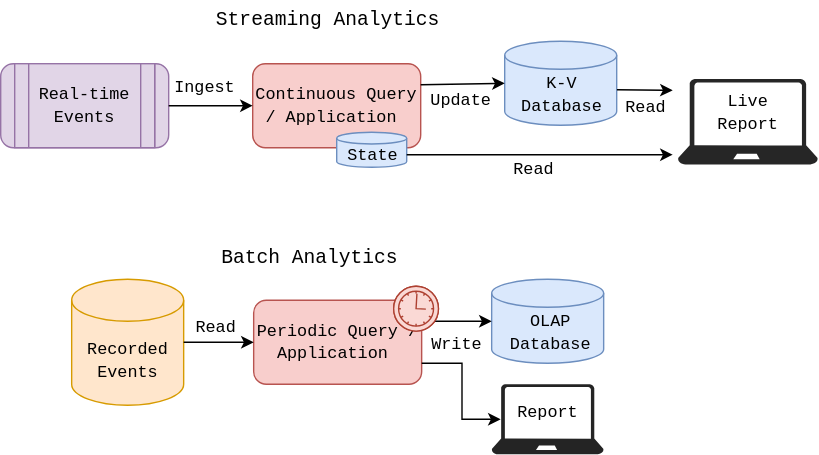
Earlier version of the draw.io export assets/notes/with-terminal-analytics.svg (addu390/addu390.github.io). Source tidied: cells renumbered, new cells last; positions are measured from the earlier drawing's top-left corner, leaving out a move shared by most shapes.
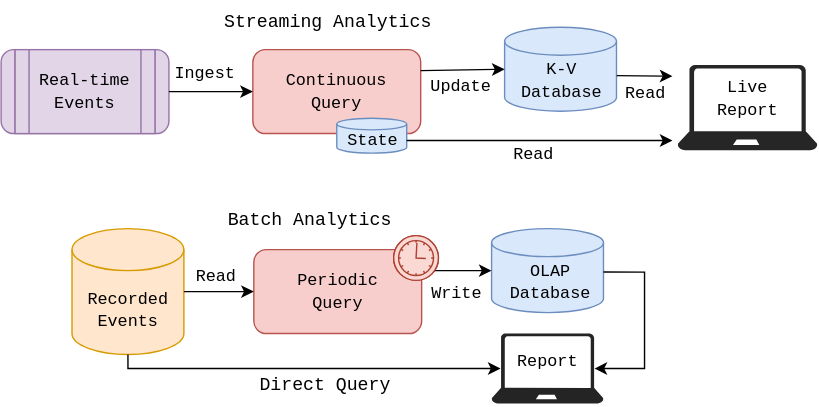
Later version of the same file.

What changed in the source:
```diff
@@ -2,46 +2,49 @@
   <root>
     <mxCell id="0" />
     <mxCell id="1" parent="0" />
-    <mxCell id="2" value="&lt;font face=&quot;monospace, monospace&quot;&gt;Periodic Query / Application&amp;nbsp;&lt;/font&gt;" style="rounded=1;whiteSpace=wrap;html=1;fillColor=#f8cecc;strokeColor=#b85450;" parent="1" vertex="1">
-      <mxGeometry x="180.7" y="215" width="120" height="60" as="geometry" />
+    <mxCell id="2" value="&lt;font face=&quot;monospace, monospace&quot;&gt;Periodic&lt;/font&gt;&lt;div&gt;&lt;font face=&quot;monospace, monospace&quot;&gt;Query&lt;/font&gt;&lt;/div&gt;" style="rounded=1;whiteSpace=wrap;html=1;fillColor=#f8cecc;strokeColor=#b85450;" parent="1" vertex="1">
+      <mxGeometry x="180.7" y="189" width="120" height="60" as="geometry" />
     </mxCell>
     <mxCell id="3" style="strokeWidth=1;html=1;shape=mxgraph.flowchart.database;whiteSpace=wrap;fillColor=#ffe6cc;strokeColor=#d79b00;" parent="1" vertex="1">
-      <mxGeometry x="50.7" y="200" width="80" height="90" as="geometry" />
+      <mxGeometry x="50.7" y="174" width="80" height="90" as="geometry" />
     </mxCell>
     <mxCell id="4" value="&lt;font face=&quot;monospace, monospace&quot;&gt;Recorded Events&lt;/font&gt;" style="text;html=1;align=center;verticalAlign=middle;whiteSpace=wrap;rounded=0;" parent="1" vertex="1">
-      <mxGeometry x="61.4" y="243" width="60" height="30" as="geometry" />
+      <mxGeometry x="61.4" y="217" width="60" height="30" as="geometry" />
     </mxCell>
     <mxCell id="5" style="shape=mxgraph.bpmn.event;html=1;verticalLabelPosition=bottom;labelBackgroundColor=#ffffff;verticalAlign=top;align=center;perimeter=ellipsePerimeter;outline=standard;symbol=timer;fillColor=#fad9d5;strokeColor=#ae4132;" parent="1" vertex="1">
-      <mxGeometry x="280.7" y="205" width="32" height="32" as="geometry" />
+      <mxGeometry x="280.7" y="179" width="32" height="32" as="geometry" />
     </mxCell>
     <mxCell id="6" style="strokeWidth=1;html=1;shape=mxgraph.flowchart.database;whiteSpace=wrap;fillColor=#dae8fc;strokeColor=#6c8ebf;" parent="1" vertex="1">
-      <mxGeometry x="350.7" y="200" width="80" height="60" as="geometry" />
+      <mxGeometry x="350.7" y="174" width="80" height="60" as="geometry" />
     </mxCell>
     <mxCell id="7" value="&lt;font face=&quot;monospace, monospace&quot;&gt;Report&lt;/font&gt;" style="text;html=1;align=center;verticalAlign=middle;whiteSpace=wrap;rounded=0;" parent="1" vertex="1">
-      <mxGeometry x="360.7" y="280" width="60" height="30" as="geometry" />
+      <mxGeometry x="360.7" y="254" width="60" height="30" as="geometry" />
     </mxCell>
     <mxCell id="8" style="endArrow=classic;html=1;rounded=0;exitX=1;exitY=0.5;exitDx=0;exitDy=0;exitPerimeter=0;entryX=0;entryY=0.5;entryDx=0;entryDy=0;" parent="1" edge="1" source="3" target="2">
       <mxGeometry relative="1" as="geometry" />
     </mxCell>
     <mxCell id="9" value="&lt;font face=&quot;monospace, monospace&quot;&gt;Read&lt;/font&gt;" style="text;html=1;align=center;verticalAlign=middle;whiteSpace=wrap;rounded=0;" parent="1" vertex="1">
-      <mxGeometry x="124.4" y="219" width="60" height="30" as="geometry" />
+      <mxGeometry x="124.4" y="193" width="60" height="30" as="geometry" />
     </mxCell>
     <mxCell id="10" style="endArrow=classic;html=1;rounded=0;exitX=1;exitY=0.25;exitDx=0;exitDy=0;entryX=0;entryY=0.5;entryDx=0;entryDy=0;entryPerimeter=0;" parent="1" edge="1" source="2" target="6">
       <mxGeometry relative="1" as="geometry" />
     </mxCell>
     <mxCell id="11" style="shape=mxgraph.bpmn.event;html=1;verticalLabelPosition=bottom;labelBackgroundColor=#ffffff;verticalAlign=top;align=center;perimeter=ellipsePerimeter;outline=standard;symbol=timer;fillColor=#fad9d5;strokeColor=#ae4132;" parent="1" vertex="1">
-      <mxGeometry x="280.7" y="205" width="32" height="32" as="geometry" />
+      <mxGeometry x="280.7" y="179" width="32" height="32" as="geometry" />
     </mxCell>
-    <mxCell id="12" style="endArrow=classic;html=1;rounded=0;exitX=1;exitY=0.75;exitDx=0;exitDy=0;entryX=0.08;entryY=0.5;entryDx=0;entryDy=0;entryPerimeter=0;edgeStyle=elbowEdgeStyle;" parent="1" edge="1" source="2">
+    <mxCell id="12" style="endArrow=classic;html=1;rounded=0;exitX=0.5;exitY=1;exitDx=0;exitDy=0;entryX=0.08;entryY=0.5;entryDx=0;entryDy=0;entryPerimeter=0;edgeStyle=orthogonalEdgeStyle;exitPerimeter=0;" parent="1" edge="1" source="3">
       <mxGeometry relative="1" as="geometry">
-        <mxPoint x="357.1" y="300" as="targetPoint" />
+        <mxPoint x="357.1" y="274" as="targetPoint" />
+        <Array as="points">
+          <mxPoint x="91" y="274" />
+        </Array>
       </mxGeometry>
     </mxCell>
     <mxCell id="13" value="&lt;font face=&quot;monospace, monospace&quot;&gt;Write&lt;/font&gt;" style="text;html=1;align=center;verticalAlign=middle;whiteSpace=wrap;rounded=0;" parent="1" vertex="1">
-      <mxGeometry x="295.7" y="231" width="60" height="30" as="geometry" />
+      <mxGeometry x="295.7" y="205" width="60" height="30" as="geometry" />
     </mxCell>
-    <mxCell id="14" value="&lt;font face=&quot;monospace, monospace&quot; style=&quot;font-size: 14px;&quot;&gt;Batch Analytics&lt;/font&gt;" style="text;html=1;align=center;verticalAlign=middle;whiteSpace=wrap;rounded=0;" parent="1" vertex="1">
-      <mxGeometry x="140.7" y="170" width="160" height="30" as="geometry" />
+    <mxCell id="14" value="&lt;font face=&quot;monospace, monospace&quot; style=&quot;font-size: 13px;&quot;&gt;Batch Analytics&lt;/font&gt;" style="text;html=1;align=center;verticalAlign=middle;whiteSpace=wrap;rounded=0;" parent="1" vertex="1">
+      <mxGeometry x="140.7" y="153" width="160" height="30" as="geometry" />
     </mxCell>
     <mxCell id="15" style="shape=process;whiteSpace=wrap;html=1;backgroundOutline=1;size=0.08333333333333333;fillColor=#e1d5e7;strokeColor=#9673a6;rounded=1;" parent="1" vertex="1">
       <mxGeometry y="46" width="120" height="60" as="geometry" />
@@ -49,7 +52,7 @@
     <mxCell id="16" value="&lt;span style=&quot;font-family: monospace, monospace;&quot;&gt;Real-time Events&lt;/span&gt;" style="shape=process;whiteSpace=wrap;html=1;backgroundOutline=1;size=0.1;fillColor=#e1d5e7;strokeColor=#9673a6;" parent="1" vertex="1">
       <mxGeometry x="10" y="46" width="100" height="60" as="geometry" />
     </mxCell>
-    <mxCell id="17" value="&lt;font face=&quot;monospace, monospace&quot;&gt;Continuous Query / Application&amp;nbsp;&lt;/font&gt;" style="rounded=1;whiteSpace=wrap;html=1;fillColor=#f8cecc;strokeColor=#b85450;" parent="1" vertex="1">
+    <mxCell id="17" value="&lt;font face=&quot;monospace, monospace&quot;&gt;Continuous&lt;/font&gt;&lt;div&gt;&lt;font face=&quot;monospace, monospace&quot;&gt;Query&lt;/font&gt;&lt;/div&gt;" style="rounded=1;whiteSpace=wrap;html=1;fillColor=#f8cecc;strokeColor=#b85450;" parent="1" vertex="1">
       <mxGeometry x="180" y="46" width="120" height="60" as="geometry" />
     </mxCell>
     <mxCell id="18" style="strokeWidth=1;html=1;shape=mxgraph.flowchart.database;whiteSpace=wrap;fillColor=#dae8fc;strokeColor=#6c8ebf;" parent="1" vertex="1">
@@ -90,8 +93,8 @@
     <mxCell id="28" value="&lt;font face=&quot;monospace, monospace&quot;&gt;Ingest&lt;/font&gt;" style="text;html=1;align=center;verticalAlign=middle;whiteSpace=wrap;rounded=0;" parent="1" vertex="1">
       <mxGeometry x="116" y="48" width="60" height="30" as="geometry" />
     </mxCell>
-    <mxCell id="29" value="&lt;font face=&quot;monospace, monospace&quot; style=&quot;font-size: 14px;&quot;&gt;Streaming Analytics&lt;/font&gt;" style="text;html=1;align=center;verticalAlign=middle;whiteSpace=wrap;rounded=0;" parent="1" vertex="1">
-      <mxGeometry x="134" width="200" height="30" as="geometry" />
+    <mxCell id="29" value="&lt;font face=&quot;monospace, monospace&quot; style=&quot;font-size: 13px;&quot;&gt;Streaming Analytics&lt;/font&gt;" style="text;html=1;align=center;verticalAlign=middle;whiteSpace=wrap;rounded=0;" parent="1" vertex="1">
+      <mxGeometry x="134" y="11" width="200" height="30" as="geometry" />
     </mxCell>
     <mxCell id="30" value="&lt;font face=&quot;monospace, monospace&quot;&gt;State&lt;/font&gt;" style="text;html=1;align=center;verticalAlign=middle;whiteSpace=wrap;rounded=0;" parent="1" vertex="1">
       <mxGeometry x="236" y="96" width="60" height="30" as="geometry" />
@@ -103,10 +106,22 @@
       <mxGeometry x="370.7" y="53" width="60" height="30" as="geometry" />
     </mxCell>
     <mxCell id="33" value="&lt;font face=&quot;monospace, monospace&quot;&gt;OLAP&lt;/font&gt;&lt;div&gt;&lt;font face=&quot;monospace, monospace&quot;&gt;Database&lt;/font&gt;&lt;/div&gt;" style="text;html=1;align=center;verticalAlign=middle;whiteSpace=wrap;rounded=0;" parent="1" vertex="1">
-      <mxGeometry x="363" y="223" width="60" height="30" as="geometry" />
+      <mxGeometry x="363" y="197" width="60" height="30" as="geometry" />
     </mxCell>
     <mxCell id="34" style="verticalLabelPosition=bottom;html=1;verticalAlign=top;align=center;strokeColor=none;fillColor=#242424;shape=mxgraph.azure.laptop;" parent="1" vertex="1">
-      <mxGeometry x="350.7" y="275" width="80" height="50" as="geometry" />
+      <mxGeometry x="350.7" y="249" width="80" height="50" as="geometry" />
     </mxCell>
+    <mxCell id="35" style="endArrow=classic;html=1;rounded=0;exitX=1;exitY=0.25;exitDx=0;exitDy=0;entryX=0.92;entryY=0.5;entryDx=0;entryDy=0;entryPerimeter=0;edgeStyle=orthogonalEdgeStyle;" parent="1" edge="1" target="34">
+      <mxGeometry relative="1" as="geometry">
+        <mxPoint x="430.7" y="205" as="sourcePoint" />
+        <Array as="points">
+          <mxPoint x="460" y="205" />
+          <mxPoint x="460" y="274" />
+        </Array>
+      </mxGeometry>
+    </mxCell>
+    <mxCell id="36" value="&lt;font style=&quot;font-size: 13px;&quot; face=&quot;monospace, monospace&quot;&gt;Direct Query&lt;/font&gt;" style="text;html=1;align=center;verticalAlign=middle;whiteSpace=wrap;rounded=0;" parent="1" vertex="1">
+      <mxGeometry x="184.4" y="271" width="95.6" height="30" as="geometry" />
+    </mxCell>
   </root>
 </mxGraphModel>
```
